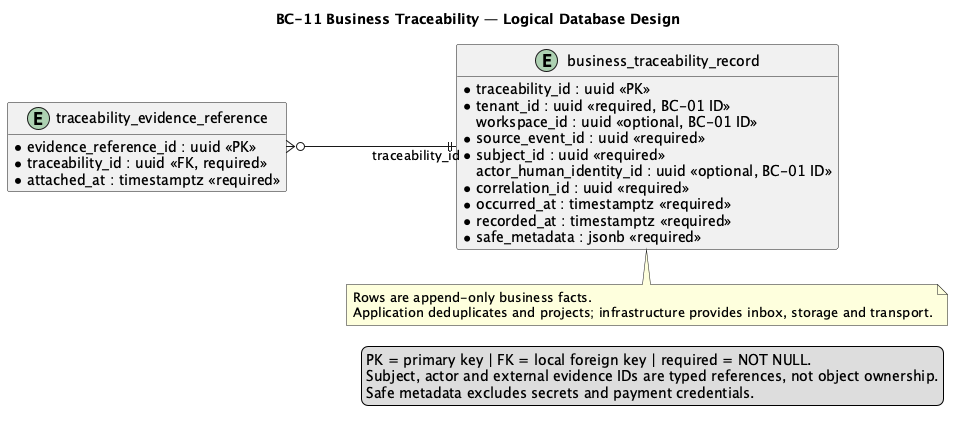
This is report/assets/chapter-2/tactical/BC-11/database-diagram.png from nexa-suite/mobile-report, a PlantUML export, as it was before one commit.
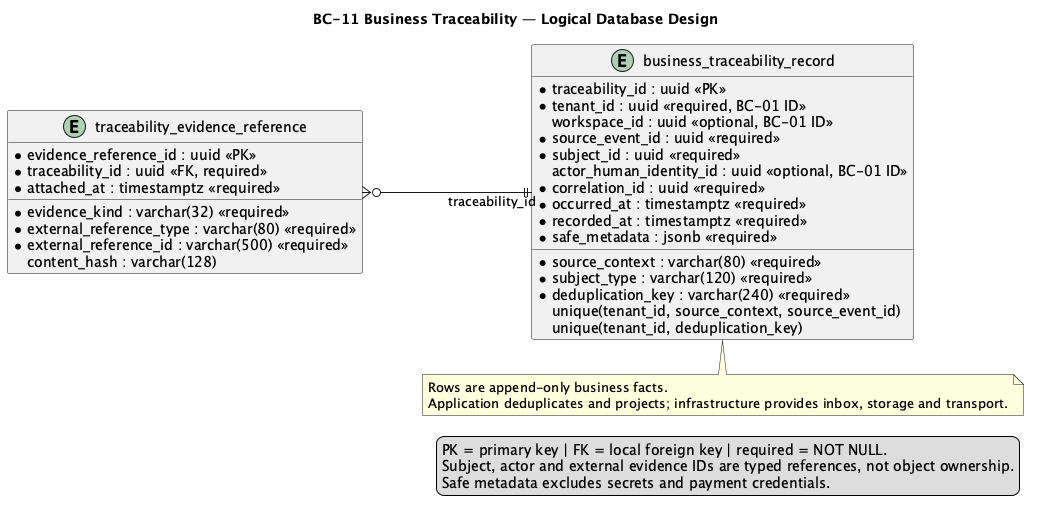
After the change.

Change to the diagram source:
```diff
@@ -1,7 +1,6 @@
 @startuml
 title BC-11 Business Traceability — Logical Database Design
 left to right direction
-hide methods
 skinparam shadowing false
 skinparam linetype ortho
 skinparam entity {
@@ -23,7 +22,9 @@
   * occurred_at : timestamptz <<required>>
   * recorded_at : timestamptz <<required>>
   * safe_metadata : jsonb <<required>>
-  * deduplication_key : varchar(240) <<required, unique>>
+  * deduplication_key : varchar(240) <<required>>
+    unique(tenant_id, source_context, source_event_id)
+    unique(tenant_id, deduplication_key)
 }
 
 entity "traceability_evidence_reference" as traceability_evidence_reference {
```
